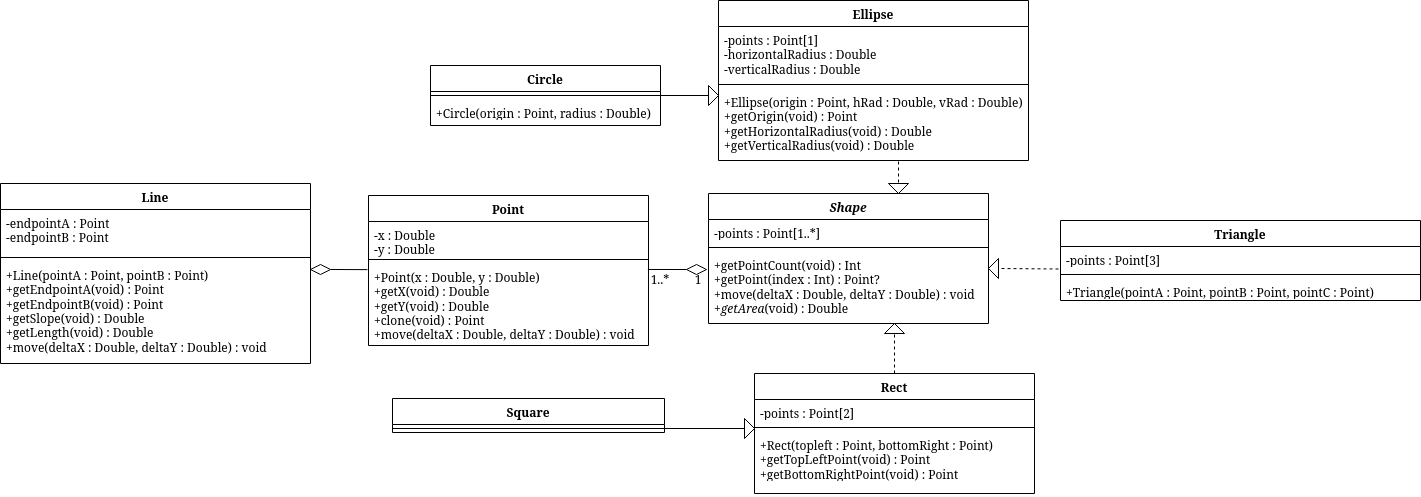
Before: UML.png, a diagram exported from draw.io (BrodySteidley/cs5700.1). Source tidied: cells renumbered, new cells last; positions are measured from the earlier drawing's top-left corner, leaving out a move shared by most shapes. Its diagram source:
```xml
<mxGraphModel>
  <root>
    <mxCell id="0" />
    <mxCell id="1" parent="0" />
    <mxCell id="2" value="Point" style="swimlane;fontStyle=1;align=center;verticalAlign=top;horizontal=1;startSize=26;whiteSpace=wrap;html=1;" parent="1" vertex="1">
      <mxGeometry x="368" y="195" width="280" height="150" as="geometry" />
    </mxCell>
    <mxCell id="3" value="&lt;div&gt;-x : Double&lt;/div&gt;&lt;div&gt;-y : Double&lt;/div&gt;" style="text;strokeColor=none;fillColor=none;align=left;verticalAlign=top;spacingLeft=4;spacingRight=4;overflow=hidden;whiteSpace=wrap;html=1;" parent="2" vertex="1">
      <mxGeometry y="26" width="280" height="34" as="geometry" />
    </mxCell>
    <mxCell id="4" style="line;strokeWidth=1;fillColor=none;align=left;verticalAlign=middle;spacingTop=-1;spacingLeft=3;spacingRight=3;labelPosition=right;strokeColor=inherit;" parent="2" vertex="1">
      <mxGeometry y="60" width="280" height="8" as="geometry" />
    </mxCell>
    <mxCell id="5" value="&lt;div&gt;+Point(x : Double, y : Double)&lt;/div&gt;&lt;div&gt;+getX(void) : Double&lt;/div&gt;&lt;div&gt;+getY(void) : Double&lt;/div&gt;&lt;div&gt;+clone(void) : Point&lt;/div&gt;&lt;div&gt;+move(deltaX : Double, deltaY : Double) : void&lt;/div&gt;&lt;div&gt;&lt;br&gt;&lt;/div&gt;" style="text;strokeColor=none;fillColor=none;align=left;verticalAlign=top;spacingLeft=4;spacingRight=4;overflow=hidden;whiteSpace=wrap;html=1;" parent="2" vertex="1">
      <mxGeometry y="68" width="280" height="82" as="geometry" />
    </mxCell>
    <mxCell id="6" value="Line" style="swimlane;fontStyle=1;align=center;verticalAlign=top;horizontal=1;startSize=26;whiteSpace=wrap;html=1;" parent="1" vertex="1">
      <mxGeometry y="183" width="310" height="180" as="geometry" />
    </mxCell>
    <mxCell id="7" value="&lt;div&gt;-endpointA : Point&lt;/div&gt;&lt;div&gt;-endpointB : Point&lt;/div&gt;" style="text;strokeColor=none;fillColor=none;align=left;verticalAlign=top;spacingLeft=4;spacingRight=4;overflow=hidden;whiteSpace=wrap;html=1;" parent="6" vertex="1">
      <mxGeometry y="26" width="310" height="44" as="geometry" />
    </mxCell>
    <mxCell id="8" style="line;strokeWidth=1;fillColor=none;align=left;verticalAlign=middle;spacingTop=-1;spacingLeft=3;spacingRight=3;labelPosition=right;strokeColor=inherit;" parent="6" vertex="1">
      <mxGeometry y="70" width="310" height="8" as="geometry" />
    </mxCell>
    <mxCell id="9" value="&lt;div&gt;+Line(pointA : Point, pointB : Point)&lt;/div&gt;&lt;div&gt;+getEndpointA(void) : Point&lt;/div&gt;&lt;div&gt;+getEndpointB(void) : Point&lt;/div&gt;&lt;div&gt;+getSlope(void) : Double&lt;/div&gt;&lt;div&gt;+getLength(void) : Double&lt;/div&gt;&lt;div&gt;+move(deltaX : Double, deltaY : Double) : void&lt;/div&gt;" style="text;strokeColor=none;fillColor=none;align=left;verticalAlign=top;spacingLeft=4;spacingRight=4;overflow=hidden;whiteSpace=wrap;html=1;" parent="6" vertex="1">
      <mxGeometry y="78" width="310" height="102" as="geometry" />
    </mxCell>
    <mxCell id="10" style="rhombus;whiteSpace=wrap;html=1;" parent="1" vertex="1">
      <mxGeometry x="310" y="264" width="20" height="10" as="geometry" />
    </mxCell>
    <mxCell id="11" value="Rect" style="swimlane;fontStyle=1;align=center;verticalAlign=top;horizontal=1;startSize=26;whiteSpace=wrap;html=1;" parent="1" vertex="1">
      <mxGeometry x="754" y="373" width="280" height="120" as="geometry" />
    </mxCell>
    <mxCell id="12" value="-points : Point[2]" style="text;strokeColor=none;fillColor=none;align=left;verticalAlign=top;spacingLeft=4;spacingRight=4;overflow=hidden;whiteSpace=wrap;html=1;" parent="11" vertex="1">
      <mxGeometry y="26" width="280" height="24" as="geometry" />
    </mxCell>
    <mxCell id="13" style="line;strokeWidth=1;fillColor=none;align=left;verticalAlign=middle;spacingTop=-1;spacingLeft=3;spacingRight=3;labelPosition=right;strokeColor=inherit;" parent="11" vertex="1">
      <mxGeometry y="50" width="280" height="8" as="geometry" />
    </mxCell>
    <mxCell id="14" value="&lt;div&gt;+Rect(topleft : Point, bottomRight : Point)&lt;/div&gt;&lt;div&gt;+getTopLeftPoint(void) : Point&lt;/div&gt;&lt;div&gt;+getBottomRightPoint(void) : Point&lt;/div&gt;" style="text;strokeColor=none;fillColor=none;align=left;verticalAlign=top;spacingLeft=4;spacingRight=4;overflow=hidden;whiteSpace=wrap;html=1;" parent="11" vertex="1">
      <mxGeometry y="58" width="280" height="62" as="geometry" />
    </mxCell>
    <mxCell id="15" style="rhombus;whiteSpace=wrap;html=1;direction=west;" parent="1" vertex="1">
      <mxGeometry x="686" y="264" width="20" height="10" as="geometry" />
    </mxCell>
    <mxCell id="16" style="endArrow=none;html=1;rounded=0;entryX=1;entryY=0.5;entryDx=0;entryDy=0;exitX=1.005;exitY=1.068;exitDx=0;exitDy=0;exitPerimeter=0;" parent="1" edge="1" target="15">
      <mxGeometry relative="1" as="geometry">
        <mxPoint x="647.4" y="269" as="sourcePoint" />
      </mxGeometry>
    </mxCell>
    <mxCell id="17" style="triangle;whiteSpace=wrap;html=1;" parent="1" vertex="1">
      <mxGeometry x="744" y="418" width="10" height="20" as="geometry" />
    </mxCell>
    <mxCell id="18" style="endArrow=none;html=1;rounded=0;exitX=1;exitY=0.5;exitDx=0;exitDy=0;entryX=0;entryY=0.5;entryDx=0;entryDy=0;" parent="1" edge="1" target="17">
      <mxGeometry relative="1" as="geometry">
        <mxPoint x="664" y="428" as="sourcePoint" />
      </mxGeometry>
    </mxCell>
    <mxCell id="19" value="&lt;div&gt;Ellipse&lt;/div&gt;&lt;div&gt;&lt;br&gt;&lt;/div&gt;" style="swimlane;fontStyle=1;align=center;verticalAlign=top;horizontal=1;startSize=26;whiteSpace=wrap;html=1;" parent="1" vertex="1">
      <mxGeometry x="718" width="310" height="160" as="geometry" />
    </mxCell>
    <mxCell id="20" value="&lt;div&gt;-points : Point[1]&lt;/div&gt;&lt;div&gt;-horizontalRadius : Double&lt;/div&gt;&lt;div&gt;-verticalRadius : Double&lt;/div&gt;" style="text;strokeColor=none;fillColor=none;align=left;verticalAlign=top;spacingLeft=4;spacingRight=4;overflow=hidden;whiteSpace=wrap;html=1;" parent="19" vertex="1">
      <mxGeometry y="26" width="310" height="54" as="geometry" />
    </mxCell>
    <mxCell id="21" style="line;strokeWidth=1;fillColor=none;align=left;verticalAlign=middle;spacingTop=-1;spacingLeft=3;spacingRight=3;labelPosition=right;strokeColor=inherit;" parent="19" vertex="1">
      <mxGeometry y="80" width="310" height="8" as="geometry" />
    </mxCell>
    <mxCell id="22" value="&lt;div&gt;+Ellipse(origin : Point, hRad : Double, vRad : Double)&lt;/div&gt;&lt;div&gt;+getOrigin(void) : Point&lt;div&gt;&lt;/div&gt;&lt;div&gt;+getHorizontalRadius(void) : Double&lt;/div&gt;&lt;/div&gt;&lt;div&gt;+getVerticalRadius(void) : Double&lt;/div&gt;" style="text;strokeColor=none;fillColor=none;align=left;verticalAlign=top;spacingLeft=4;spacingRight=4;overflow=hidden;whiteSpace=wrap;html=1;" parent="19" vertex="1">
      <mxGeometry y="88" width="310" height="72" as="geometry" />
    </mxCell>
    <mxCell id="23" style="endArrow=none;html=1;rounded=0;entryX=0;entryY=0.5;entryDx=0;entryDy=0;" parent="1" edge="1">
      <mxGeometry relative="1" as="geometry">
        <mxPoint x="660" y="95" as="sourcePoint" />
        <mxPoint x="708" y="95" as="targetPoint" />
      </mxGeometry>
    </mxCell>
    <mxCell id="24" style="triangle;whiteSpace=wrap;html=1;" parent="1" vertex="1">
      <mxGeometry x="708" y="85" width="10" height="20" as="geometry" />
    </mxCell>
    <mxCell id="25" value="&lt;i&gt;Shape&lt;/i&gt;" style="swimlane;fontStyle=1;align=center;verticalAlign=top;horizontal=1;startSize=26;whiteSpace=wrap;html=1;" parent="1" vertex="1">
      <mxGeometry x="708" y="193" width="280" height="130" as="geometry" />
    </mxCell>
    <mxCell id="26" value="&lt;div&gt;-points : Point[1..*]&lt;/div&gt;" style="text;strokeColor=none;fillColor=none;align=left;verticalAlign=top;spacingLeft=4;spacingRight=4;overflow=hidden;whiteSpace=wrap;html=1;" parent="25" vertex="1">
      <mxGeometry y="26" width="280" height="24" as="geometry" />
    </mxCell>
    <mxCell id="27" style="line;strokeWidth=1;fillColor=none;align=left;verticalAlign=middle;spacingTop=-1;spacingLeft=3;spacingRight=3;labelPosition=right;strokeColor=inherit;" parent="25" vertex="1">
      <mxGeometry y="50" width="280" height="8" as="geometry" />
    </mxCell>
    <mxCell id="28" value="&lt;div&gt;+getPointCount(void) : Int&lt;/div&gt;&lt;div&gt;+getPoint(index : Int) : Point?&lt;/div&gt;&lt;div&gt;+move(deltaX : Double, deltaY : Double) : void&lt;/div&gt;&lt;div&gt;&lt;/div&gt;&lt;div&gt;+&lt;i&gt;getArea&lt;/i&gt;(void) : Double&lt;/div&gt;" style="text;strokeColor=none;fillColor=none;align=left;verticalAlign=top;spacingLeft=4;spacingRight=4;overflow=hidden;whiteSpace=wrap;html=1;" parent="25" vertex="1">
      <mxGeometry y="58" width="280" height="72" as="geometry" />
    </mxCell>
    <mxCell id="29" style="endArrow=none;dashed=1;html=1;rounded=0;exitX=0.5;exitY=0;exitDx=0;exitDy=0;entryX=0;entryY=0.5;entryDx=0;entryDy=0;" parent="1" edge="1" source="11" target="30">
      <mxGeometry relative="1" as="geometry" />
    </mxCell>
    <mxCell id="30" style="triangle;whiteSpace=wrap;html=1;direction=north;" parent="1" vertex="1">
      <mxGeometry x="884" y="323" width="20" height="10" as="geometry" />
    </mxCell>
    <mxCell id="31" style="endArrow=none;dashed=1;html=1;rounded=0;exitX=0;exitY=0.5;exitDx=0;exitDy=0;entryX=0;entryY=0.5;entryDx=0;entryDy=0;" parent="1" edge="1" target="32">
      <mxGeometry relative="1" as="geometry">
        <mxPoint x="1058" y="268.5" as="sourcePoint" />
      </mxGeometry>
    </mxCell>
    <mxCell id="32" style="triangle;whiteSpace=wrap;html=1;direction=west;" parent="1" vertex="1">
      <mxGeometry x="988" y="258" width="10" height="20" as="geometry" />
    </mxCell>
    <mxCell id="33" style="endArrow=none;dashed=1;html=1;rounded=0;entryX=0;entryY=0.5;entryDx=0;entryDy=0;" parent="1" edge="1" target="34">
      <mxGeometry relative="1" as="geometry">
        <mxPoint x="898" y="161" as="sourcePoint" />
      </mxGeometry>
    </mxCell>
    <mxCell id="34" style="triangle;whiteSpace=wrap;html=1;direction=south;" parent="1" vertex="1">
      <mxGeometry x="888" y="183" width="20" height="10" as="geometry" />
    </mxCell>
    <mxCell id="35" style="endArrow=none;html=1;rounded=0;exitX=1;exitY=0.5;exitDx=0;exitDy=0;entryX=-0.011;entryY=1.003;entryDx=0;entryDy=0;entryPerimeter=0;" parent="1" edge="1" source="10">
      <mxGeometry relative="1" as="geometry">
        <mxPoint x="366.9" y="269.1" as="targetPoint" />
      </mxGeometry>
    </mxCell>
    <mxCell id="36" value="1..*" style="text;html=1;whiteSpace=wrap;strokeColor=none;fillColor=none;align=center;verticalAlign=middle;rounded=0;" parent="1" vertex="1">
      <mxGeometry x="630" y="264" width="60" height="30" as="geometry" />
    </mxCell>
    <mxCell id="37" value="1" style="text;html=1;whiteSpace=wrap;strokeColor=none;fillColor=none;align=center;verticalAlign=middle;rounded=0;" parent="1" vertex="1">
      <mxGeometry x="668" y="264" width="60" height="30" as="geometry" />
    </mxCell>
    <mxCell id="38" value="Circle" style="swimlane;fontStyle=1;align=center;verticalAlign=top;horizontal=1;startSize=26;whiteSpace=wrap;html=1;" parent="1" vertex="1">
      <mxGeometry x="430" y="65" width="230" height="60" as="geometry" />
    </mxCell>
    <mxCell id="39" style="line;strokeWidth=1;fillColor=none;align=left;verticalAlign=middle;spacingTop=-1;spacingLeft=3;spacingRight=3;labelPosition=right;strokeColor=inherit;" parent="38" vertex="1">
      <mxGeometry y="26" width="230" height="8" as="geometry" />
    </mxCell>
    <mxCell id="40" value="+Circle(origin : Point, radius : Double)" style="text;strokeColor=none;fillColor=none;align=left;verticalAlign=top;spacingLeft=4;spacingRight=4;overflow=hidden;whiteSpace=wrap;html=1;" parent="38" vertex="1">
      <mxGeometry y="34" width="230" height="26" as="geometry" />
    </mxCell>
    <mxCell id="41" value="Triangle" style="swimlane;fontStyle=1;align=center;verticalAlign=top;horizontal=1;startSize=26;whiteSpace=wrap;html=1;" parent="1" vertex="1">
      <mxGeometry x="1060" y="220" width="360" height="80" as="geometry" />
    </mxCell>
    <mxCell id="42" value="-points : Point[3]" style="text;strokeColor=none;fillColor=none;align=left;verticalAlign=top;spacingLeft=4;spacingRight=4;overflow=hidden;whiteSpace=wrap;html=1;" parent="41" vertex="1">
      <mxGeometry y="26" width="360" height="24" as="geometry" />
    </mxCell>
    <mxCell id="43" style="line;strokeWidth=1;fillColor=none;align=left;verticalAlign=middle;spacingTop=-1;spacingLeft=3;spacingRight=3;labelPosition=right;strokeColor=inherit;" parent="41" vertex="1">
      <mxGeometry y="50" width="360" height="8" as="geometry" />
    </mxCell>
    <mxCell id="44" value="&lt;div&gt;+Triangle(pointA : Point, pointB : Point, pointC : Point)&lt;/div&gt;" style="text;strokeColor=none;fillColor=none;align=left;verticalAlign=top;spacingLeft=4;spacingRight=4;overflow=hidden;whiteSpace=wrap;html=1;" parent="41" vertex="1">
      <mxGeometry y="58" width="360" height="22" as="geometry" />
    </mxCell>
    <mxCell id="45" value="Square" style="swimlane;fontStyle=1;align=center;verticalAlign=top;horizontal=1;startSize=26;whiteSpace=wrap;html=1;" parent="1" vertex="1">
      <mxGeometry x="392" y="398" width="272" height="34" as="geometry" />
    </mxCell>
    <mxCell id="46" style="line;strokeWidth=1;fillColor=none;align=left;verticalAlign=middle;spacingTop=-1;spacingLeft=3;spacingRight=3;labelPosition=right;strokeColor=inherit;" parent="45" vertex="1">
      <mxGeometry y="26" width="272" height="8" as="geometry" />
    </mxCell>
  </root>
</mxGraphModel>
```
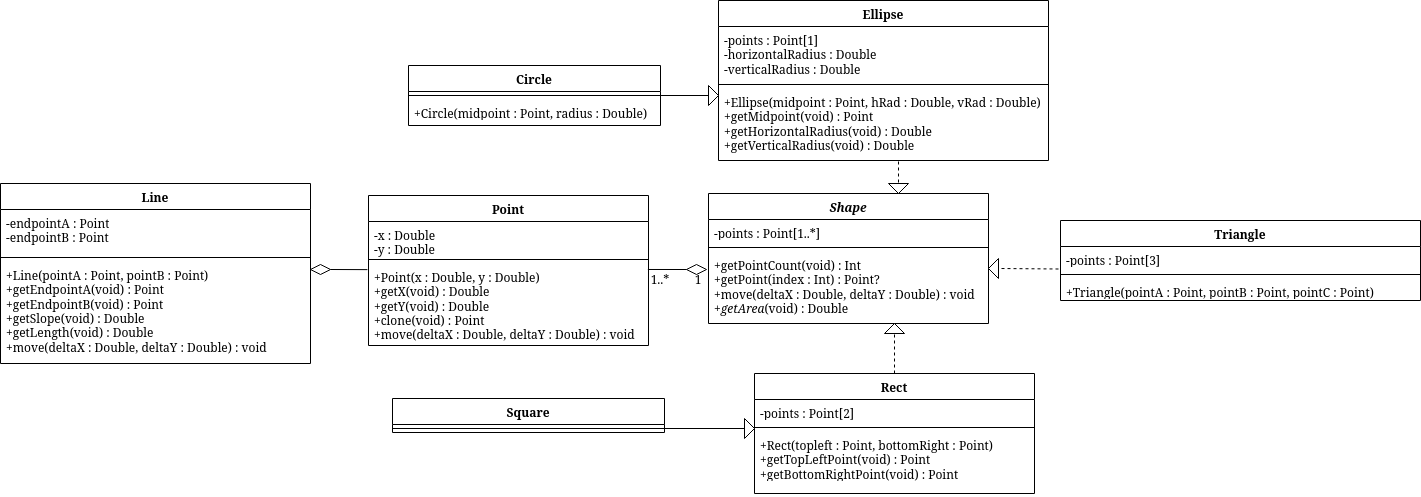
Later version of the same file.

What changed in the source:
```diff
@@ -58,16 +58,16 @@
       </mxGeometry>
     </mxCell>
     <mxCell id="19" value="&lt;div&gt;Ellipse&lt;/div&gt;&lt;div&gt;&lt;br&gt;&lt;/div&gt;" style="swimlane;fontStyle=1;align=center;verticalAlign=top;horizontal=1;startSize=26;whiteSpace=wrap;html=1;" parent="1" vertex="1">
-      <mxGeometry x="718" width="310" height="160" as="geometry" />
+      <mxGeometry x="718" width="330" height="160" as="geometry" />
     </mxCell>
     <mxCell id="20" value="&lt;div&gt;-points : Point[1]&lt;/div&gt;&lt;div&gt;-horizontalRadius : Double&lt;/div&gt;&lt;div&gt;-verticalRadius : Double&lt;/div&gt;" style="text;strokeColor=none;fillColor=none;align=left;verticalAlign=top;spacingLeft=4;spacingRight=4;overflow=hidden;whiteSpace=wrap;html=1;" parent="19" vertex="1">
-      <mxGeometry y="26" width="310" height="54" as="geometry" />
+      <mxGeometry y="26" width="330" height="54" as="geometry" />
     </mxCell>
     <mxCell id="21" style="line;strokeWidth=1;fillColor=none;align=left;verticalAlign=middle;spacingTop=-1;spacingLeft=3;spacingRight=3;labelPosition=right;strokeColor=inherit;" parent="19" vertex="1">
-      <mxGeometry y="80" width="310" height="8" as="geometry" />
+      <mxGeometry y="80" width="330" height="8" as="geometry" />
     </mxCell>
-    <mxCell id="22" value="&lt;div&gt;+Ellipse(origin : Point, hRad : Double, vRad : Double)&lt;/div&gt;&lt;div&gt;+getOrigin(void) : Point&lt;div&gt;&lt;/div&gt;&lt;div&gt;+getHorizontalRadius(void) : Double&lt;/div&gt;&lt;/div&gt;&lt;div&gt;+getVerticalRadius(void) : Double&lt;/div&gt;" style="text;strokeColor=none;fillColor=none;align=left;verticalAlign=top;spacingLeft=4;spacingRight=4;overflow=hidden;whiteSpace=wrap;html=1;" parent="19" vertex="1">
-      <mxGeometry y="88" width="310" height="72" as="geometry" />
+    <mxCell id="22" value="&lt;div&gt;+Ellipse(midpoint : Point, hRad : Double, vRad : Double)&lt;/div&gt;&lt;div&gt;+getMidpoint(void) : Point&lt;div&gt;&lt;/div&gt;&lt;div&gt;+getHorizontalRadius(void) : Double&lt;/div&gt;&lt;/div&gt;&lt;div&gt;+getVerticalRadius(void) : Double&lt;/div&gt;" style="text;strokeColor=none;fillColor=none;align=left;verticalAlign=top;spacingLeft=4;spacingRight=4;overflow=hidden;whiteSpace=wrap;html=1;" parent="19" vertex="1">
+      <mxGeometry y="88" width="330" height="72" as="geometry" />
     </mxCell>
     <mxCell id="23" style="endArrow=none;html=1;rounded=0;entryX=0;entryY=0.5;entryDx=0;entryDy=0;" parent="1" edge="1">
       <mxGeometry relative="1" as="geometry">
@@ -124,13 +124,13 @@
       <mxGeometry x="668" y="264" width="60" height="30" as="geometry" />
     </mxCell>
     <mxCell id="38" value="Circle" style="swimlane;fontStyle=1;align=center;verticalAlign=top;horizontal=1;startSize=26;whiteSpace=wrap;html=1;" parent="1" vertex="1">
-      <mxGeometry x="430" y="65" width="230" height="60" as="geometry" />
+      <mxGeometry x="408" y="65" width="252" height="60" as="geometry" />
     </mxCell>
     <mxCell id="39" style="line;strokeWidth=1;fillColor=none;align=left;verticalAlign=middle;spacingTop=-1;spacingLeft=3;spacingRight=3;labelPosition=right;strokeColor=inherit;" parent="38" vertex="1">
-      <mxGeometry y="26" width="230" height="8" as="geometry" />
+      <mxGeometry y="26" width="252" height="8" as="geometry" />
     </mxCell>
-    <mxCell id="40" value="+Circle(origin : Point, radius : Double)" style="text;strokeColor=none;fillColor=none;align=left;verticalAlign=top;spacingLeft=4;spacingRight=4;overflow=hidden;whiteSpace=wrap;html=1;" parent="38" vertex="1">
-      <mxGeometry y="34" width="230" height="26" as="geometry" />
+    <mxCell id="40" value="+Circle(midpoint : Point, radius : Double)" style="text;strokeColor=none;fillColor=none;align=left;verticalAlign=top;spacingLeft=4;spacingRight=4;overflow=hidden;whiteSpace=wrap;html=1;" parent="38" vertex="1">
+      <mxGeometry y="34" width="252" height="26" as="geometry" />
     </mxCell>
     <mxCell id="41" value="Triangle" style="swimlane;fontStyle=1;align=center;verticalAlign=top;horizontal=1;startSize=26;whiteSpace=wrap;html=1;" parent="1" vertex="1">
       <mxGeometry x="1060" y="220" width="360" height="80" as="geometry" />
```
